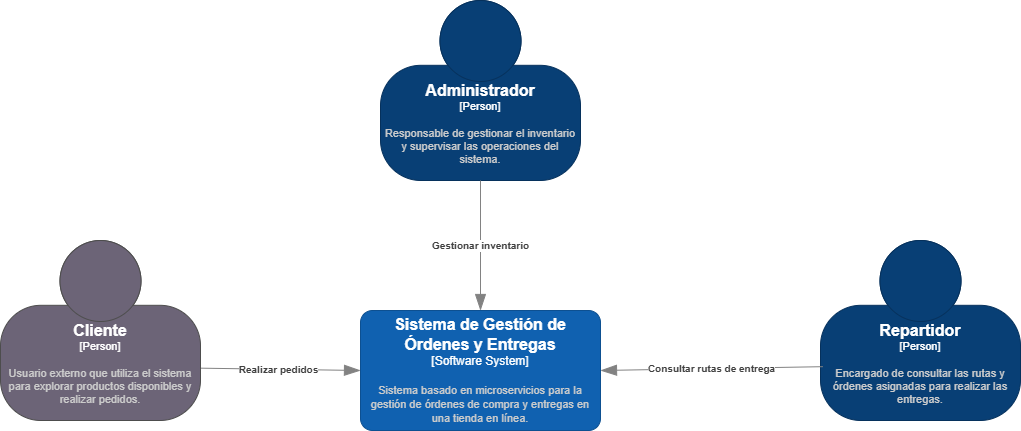
Above: diagrams/Diagrama_Contexto.png in Danyel3096/DS3-Historias-Calidad (draw.io), before the change. Source tidied: cells renumbered, new cells last; positions are measured from the earlier drawing's top-left corner, leaving out a move shared by most shapes.
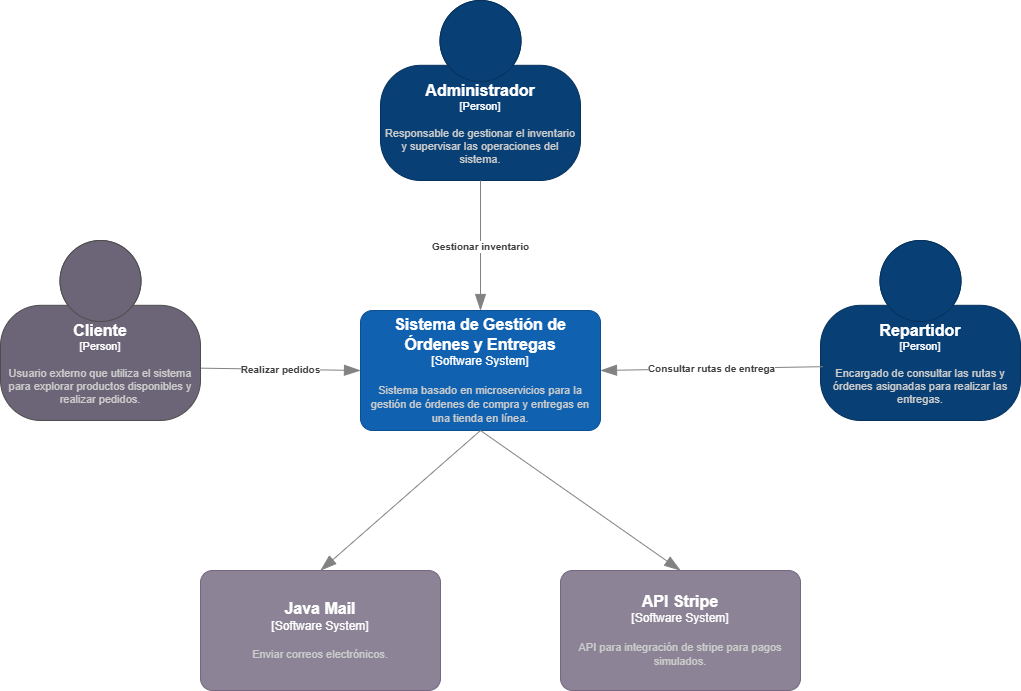
After the commit.

The edit, as a diff of the source:
```diff
@@ -37,5 +37,25 @@
         <mxGeometry y="240" width="200" height="180" as="geometry" />
       </mxCell>
     </object>
+    <object id="9" label="&lt;font style=&quot;font-size: 16px&quot;&gt;&lt;b&gt;%c4Name%&lt;/b&gt;&lt;/font&gt;&lt;div&gt;[%c4Type%]&lt;/div&gt;&lt;br&gt;&lt;div&gt;&lt;font style=&quot;font-size: 11px&quot;&gt;&lt;font color=&quot;#cccccc&quot;&gt;%c4Description%&lt;/font&gt;&lt;/div&gt;" c4Description="API para integración de stripe para pagos simulados." c4Name="API Stripe" c4Type="Software System" placeholders="1">
+      <mxCell style="rounded=1;whiteSpace=wrap;html=1;labelBackgroundColor=none;fillColor=#8C8496;fontColor=#ffffff;align=center;arcSize=10;strokeColor=#736782;points=[[0.25,0,0],[0.5,0,0],[0.75,0,0],[1,0.25,0],[1,0.5,0],[1,0.75,0],[0.75,1,0],[0.5,1,0],[0.25,1,0],[0,0.75,0],[0,0.5,0],[0,0.25,0]];" parent="1" vertex="1">
+        <mxGeometry x="560" y="570" width="240" height="120" as="geometry" />
+      </mxCell>
+    </object>
+    <object id="10" label="&lt;font style=&quot;font-size: 16px&quot;&gt;&lt;b&gt;%c4Name%&lt;/b&gt;&lt;/font&gt;&lt;div&gt;[%c4Type%]&lt;/div&gt;&lt;br&gt;&lt;div&gt;&lt;font style=&quot;font-size: 11px&quot;&gt;&lt;font color=&quot;#cccccc&quot;&gt;%c4Description%&lt;/font&gt;&lt;/div&gt;" c4Description="Enviar correos electrónicos." c4Name="Java Mail" c4Type="Software System" placeholders="1">
+      <mxCell style="rounded=1;whiteSpace=wrap;html=1;labelBackgroundColor=none;fillColor=#8C8496;fontColor=#ffffff;align=center;arcSize=10;strokeColor=#736782;points=[[0.25,0,0],[0.5,0,0],[0.75,0,0],[1,0.25,0],[1,0.5,0],[1,0.75,0],[0.75,1,0],[0.5,1,0],[0.25,1,0],[0,0.75,0],[0,0.5,0],[0,0.25,0]];" parent="1" vertex="1">
+        <mxGeometry x="200" y="570" width="240" height="120" as="geometry" />
+      </mxCell>
+    </object>
+    <object id="11" label="" c4Type="Relationship" placeholders="1">
+      <mxCell style="endArrow=blockThin;html=1;fontSize=10;fontColor=#404040;strokeWidth=1;endFill=1;strokeColor=#828282;elbow=vertical;endSize=14;startSize=14;jumpStyle=arc;jumpSize=16;rounded=0;exitX=0.5;exitY=1;exitDx=0;exitDy=0;exitPerimeter=0;entryX=0.5;entryY=0;entryDx=0;entryDy=0;entryPerimeter=0;" parent="1" edge="1" source="3" target="10">
+        <mxGeometry relative="1" as="geometry" />
+      </mxCell>
+    </object>
+    <object id="12" label="" c4Type="Relationship" placeholders="1">
+      <mxCell style="endArrow=blockThin;html=1;fontSize=10;fontColor=#404040;strokeWidth=1;endFill=1;strokeColor=#828282;elbow=vertical;endSize=14;startSize=14;jumpStyle=arc;jumpSize=16;rounded=0;exitX=0.5;exitY=1;exitDx=0;exitDy=0;exitPerimeter=0;entryX=0.5;entryY=0;entryDx=0;entryDy=0;entryPerimeter=0;" parent="1" edge="1" source="3" target="9">
+        <mxGeometry relative="1" as="geometry" />
+      </mxCell>
+    </object>
   </root>
 </mxGraphModel>
```
